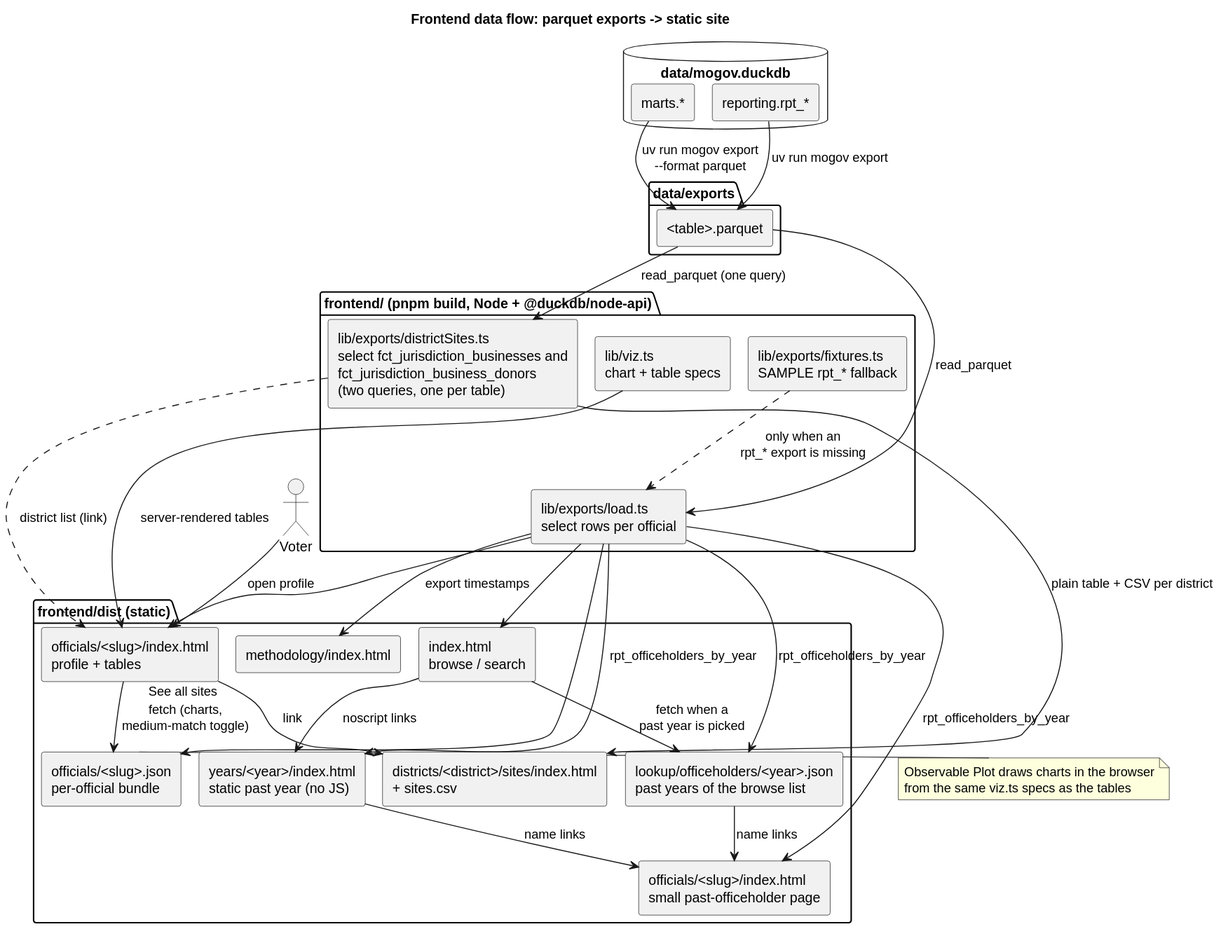
Before: docs/diagrams/frontend_data_flow.svg, a diagram exported from PlantUML (akettmann/missouri_gov_feed). Its source is kept beside it as docs/diagrams/frontend_data_flow.puml.
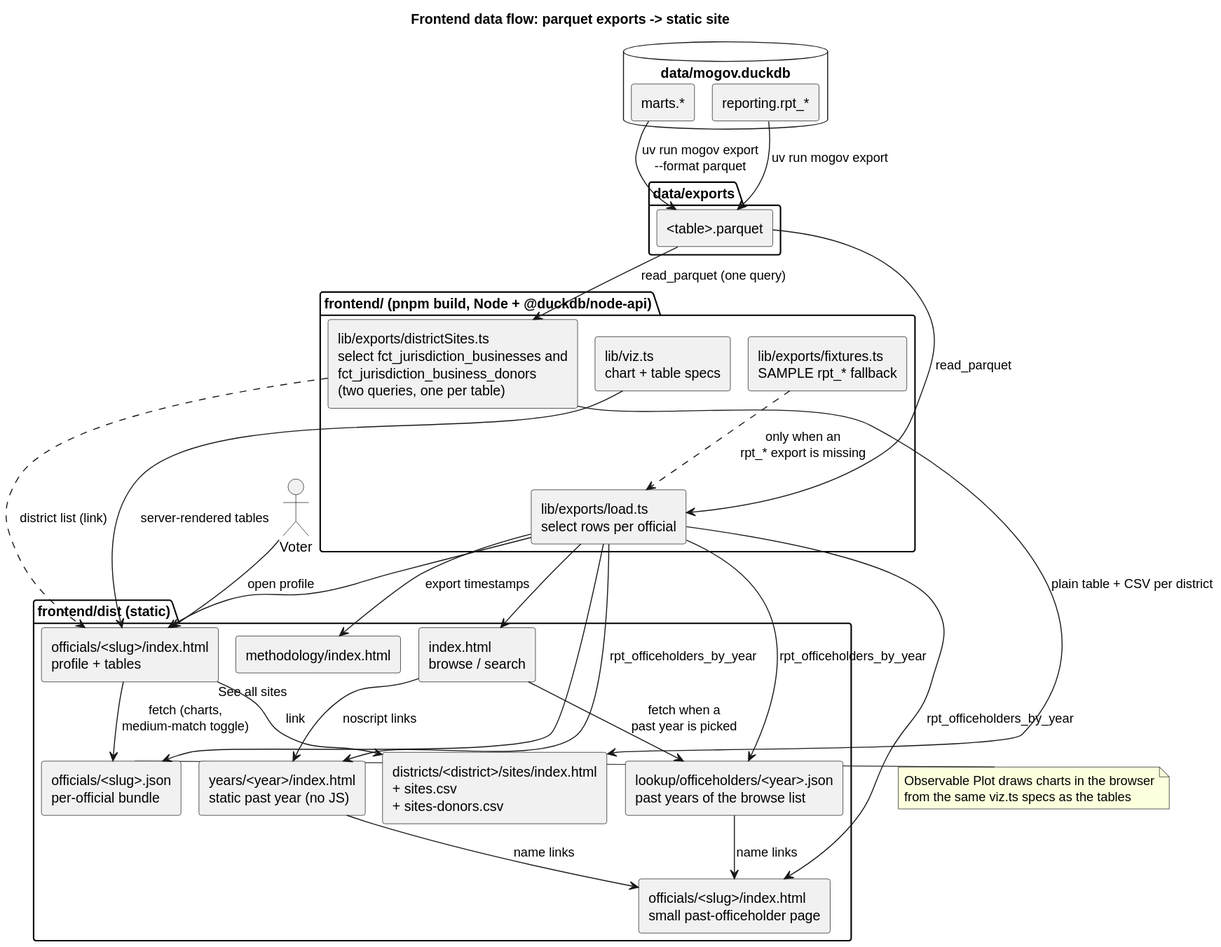
Later version of the same file.

Commit message:
Split the district sites CSV donors into a long sites-donors.csv

Change to the diagram source:
```diff
@@ -25,7 +25,7 @@
   [officials/<slug>/index.html\nprofile + tables] as page
   [officials/<slug>/index.html\nsmall past-officeholder page] as pastpage
   [officials/<slug>.json\nper-official bundle] as json
-  [districts/<district>/sites/index.html\n+ sites.csv] as sites
+  [districts/<district>/sites/index.html\n+ sites.csv\n+ sites-donors.csv] as sites
   [methodology/index.html] as meth
 }
 
```
